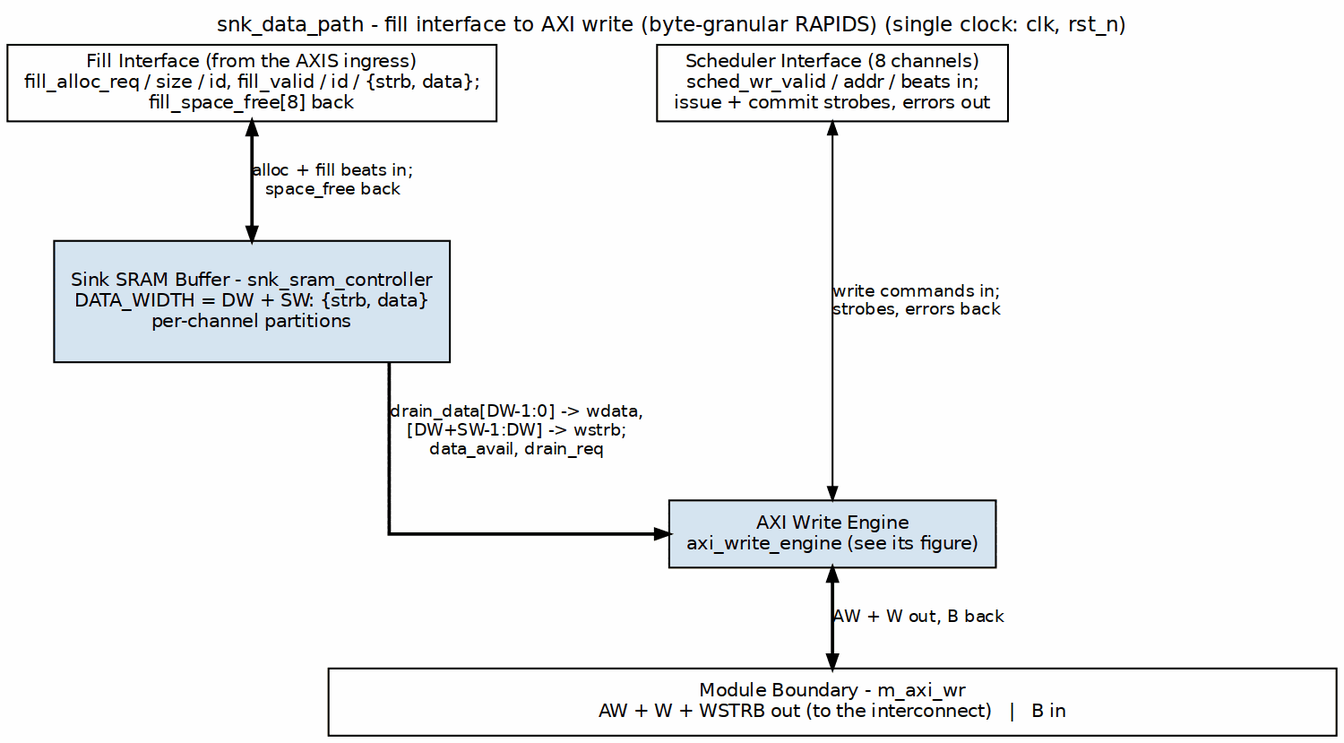
This is projects/components/dma-ip/rapids/docs/rapids_mas/assets/graphviz/09_snk_data_path.png from sean-galloway/RTLDesignSherpa, a Graphviz export, as it was before one commit. Its source is kept beside it as projects/components/dma-ip/rapids/docs/rapids_mas/assets/graphviz/09_snk_data_path.dot. Its diagram source:
```dot
digraph snk_data_path {
    graph [rankdir=TB, bgcolor="white", fontname="Helvetica", fontsize=11,
           nodesep="0.60", ranksep="0.60", splines=ortho,
           label="snk_data_path - fill interface to AXI write (byte-granular RAPIDS) (single clock: clk, rst_n)",
           labelloc=t, labeljust=c];
    node  [fontname="Helvetica", fontsize=10, shape=box, style=filled,
           fillcolor="#D6E4F0", color="black", margin="0.12,0.06"];
    edge  [fontname="Helvetica", fontsize=9, color="black", arrowsize=0.7];

    fill  [label="Fill Interface (from the AXIS ingress)\nfill_alloc_req / size / id, fill_valid / id / {strb, data};\nfill_space_free[8] back", fillcolor="white", group=L];
    sched [label="Scheduler Interface (8 channels)\nsched_wr_valid / addr / beats in;\nissue + commit strobes, errors out", fillcolor="white", group=C];
    sram  [label="Sink SRAM Buffer - snk_sram_controller\nDATA_WIDTH = DW + SW: {strb, data}\nper-channel partitions", height=0.9, group=L];
    eng   [label="AXI Write Engine\naxi_write_engine (see its figure)", group=C];
    bar   [label="Module Boundary - m_axi_wr\nAW + W + WSTRB out (to the interconnect)   |   B in", fillcolor="white", width=7.5];

    fill  -> sram [dir=both, label="alloc + fill beats in;\nspace_free back", penwidth=1.8];
    sram  -> eng  [label="drain_data[DW-1:0] -> wdata,\n[DW+SW-1:DW] -> wstrb;\ndata_avail, drain_req", penwidth=1.8];
    sched -> eng  [dir=both, label="write commands in;\nstrobes, errors back"];
    eng   -> bar  [dir=both, label="AW + W out, B back", penwidth=1.8];

    { rank=same; fill; sched; }
    fill -> sched [style=invis];
}
```
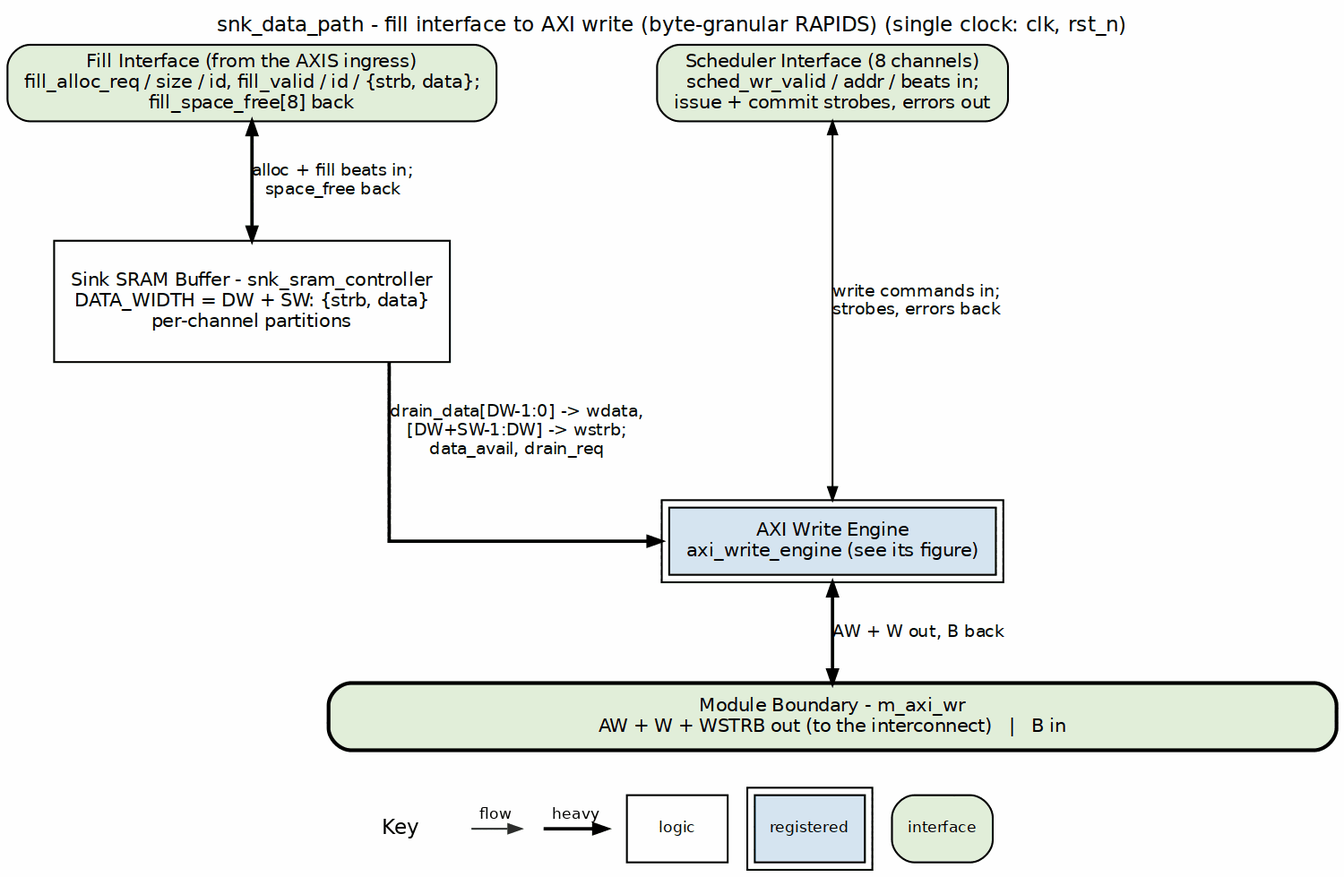
Later version of the same file.

Change to the diagram source:
```diff
@@ -4,14 +4,14 @@
            label="snk_data_path - fill interface to AXI write (byte-granular RAPIDS) (single clock: clk, rst_n)",
            labelloc=t, labeljust=c];
     node  [fontname="Helvetica", fontsize=10, shape=box, style=filled,
-           fillcolor="#D6E4F0", color="black", margin="0.12,0.06"];
+           fillcolor="white", color="black", margin="0.12,0.06"];
     edge  [fontname="Helvetica", fontsize=9, color="black", arrowsize=0.7];
 
-    fill  [label="Fill Interface (from the AXIS ingress)\nfill_alloc_req / size / id, fill_valid / id / {strb, data};\nfill_space_free[8] back", fillcolor="white", group=L];
-    sched [label="Scheduler Interface (8 channels)\nsched_wr_valid / addr / beats in;\nissue + commit strobes, errors out", fillcolor="white", group=C];
-    sram  [label="Sink SRAM Buffer - snk_sram_controller\nDATA_WIDTH = DW + SW: {strb, data}\nper-channel partitions", height=0.9, group=L];
-    eng   [label="AXI Write Engine\naxi_write_engine (see its figure)", group=C];
-    bar   [label="Module Boundary - m_axi_wr\nAW + W + WSTRB out (to the interconnect)   |   B in", fillcolor="white", width=7.5];
+    fill  [label="Fill Interface (from the AXIS ingress)\nfill_alloc_req / size / id, fill_valid / id / {strb, data};\nfill_space_free[8] back", fillcolor="white", group=L, style="rounded,filled", fillcolor="#E2EFDA"];
+    sched [label="Scheduler Interface (8 channels)\nsched_wr_valid / addr / beats in;\nissue + commit strobes, errors out", fillcolor="white", group=C, style="rounded,filled", fillcolor="#E2EFDA"];
+    sram  [label="Sink SRAM Buffer - snk_sram_controller\nDATA_WIDTH = DW + SW: {strb, data}\nper-channel partitions", height=0.9, group=L, style="filled", fillcolor="white"];
+    eng   [label="AXI Write Engine\naxi_write_engine (see its figure)", group=C, peripheries=2, style="filled", fillcolor="#D6E4F0"];
+    bar   [label="Module Boundary - m_axi_wr\nAW + W + WSTRB out (to the interconnect)   |   B in", fillcolor="white", width=7.5, style="rounded,filled,bold", fillcolor="#E2EFDA"];
 
     fill  -> sram [dir=both, label="alloc + fill beats in;\nspace_free back", penwidth=1.8];
     sram  -> eng  [label="drain_data[DW-1:0] -> wdata,\n[DW+SW-1:DW] -> wstrb;\ndata_avail, drain_req", penwidth=1.8];
```
